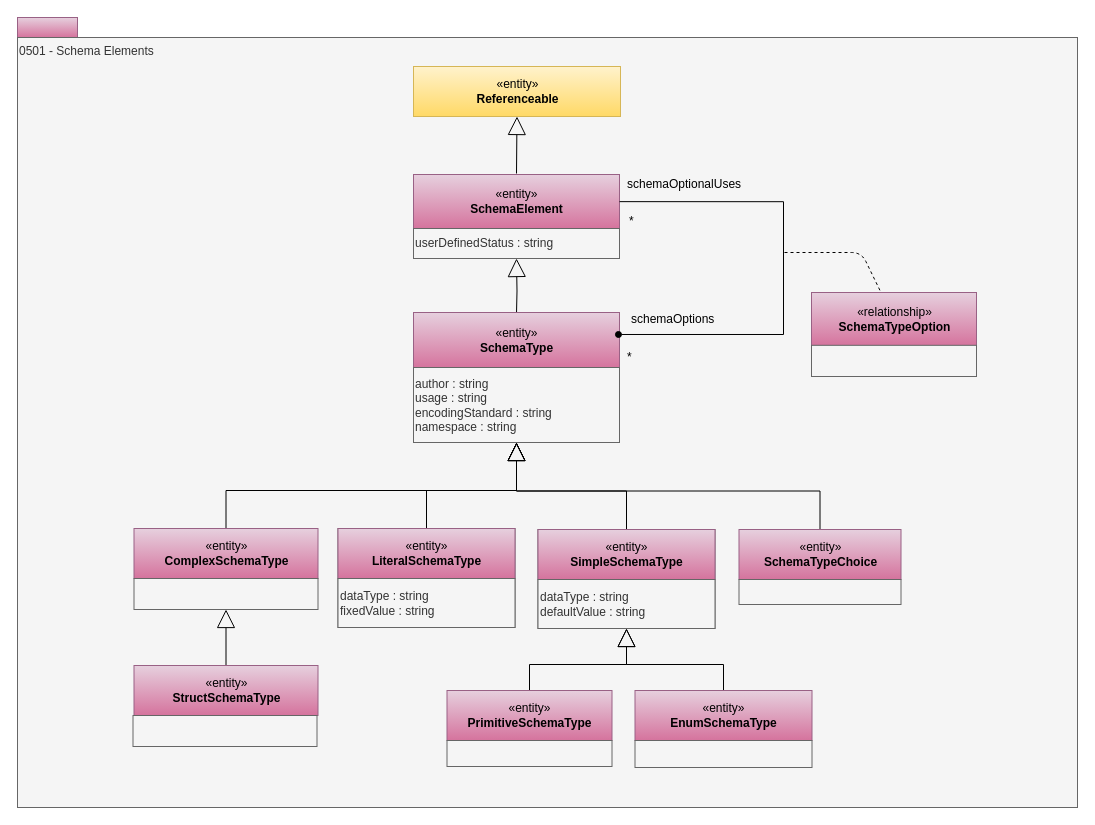
Above: page "0501-Schema-Elements" (2 of 32) of site/docs/types/5/area-5-models-and-schema.drawio in odpi/egeria-docs (draw.io), before the change. Source tidied: cells renumbered, new cells numbered last; positions are measured from the earlier drawing's top-left corner, leaving out a move shared by most shapes. Both pictures are drawn from the tidied source at 100%, with x=0, y=0 at pixel (17, 17).
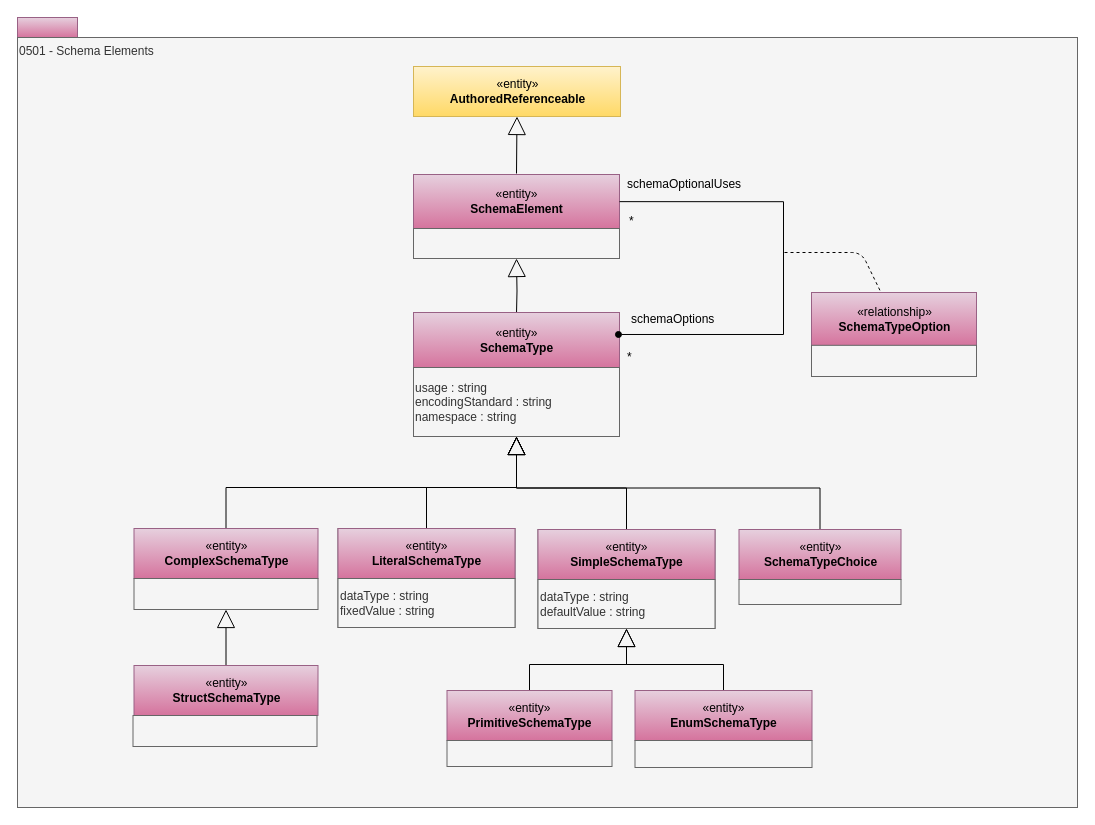
Above is the later version.

The edit, as a diff of the source:
```diff
@@
-    <mxCell id="4" value="«entity»&lt;br&gt;&lt;b&gt;Referenceable&lt;/b&gt;" style="html=1;strokeColor=#d6b656;align=center;fillColor=#fff2cc;gradientColor=#ffd966;" parent="1" vertex="1">
+    <mxCell id="4" value="«entity»&lt;br&gt;&lt;b&gt;AuthoredReferenceable&lt;/b&gt;" style="html=1;strokeColor=#d6b656;align=center;fillColor=#fff2cc;gradientColor=#ffd966;" parent="1" vertex="1">
       <mxGeometry x="396" y="49" width="207" height="50" as="geometry" />
     </mxCell>
@@
-    <mxCell id="25" value="author : string&lt;br&gt;usage : string&lt;br&gt;encodingStandard : string&lt;br&gt;namespace : string&lt;br&gt;&lt;div style=&quot;text-align: left&quot;&gt;&lt;/div&gt;" style="rounded=0;whiteSpace=wrap;html=1;strokeColor=#666666;align=left;fillColor=#f5f5f5;fontColor=#333333;" parent="1" vertex="1">
-      <mxGeometry x="396" y="350" width="206" height="75" as="geometry" />
+    <mxCell id="25" value="usage : string&lt;br&gt;encodingStandard : string&lt;br&gt;namespace : string&lt;br&gt;&lt;div style=&quot;text-align: left&quot;&gt;&lt;/div&gt;" style="rounded=0;whiteSpace=wrap;html=1;strokeColor=#666666;align=left;fillColor=#f5f5f5;fontColor=#333333;" parent="1" vertex="1">
+      <mxGeometry x="396" y="350" width="206" height="69" as="geometry" />
     </mxCell>
@@
-    <mxCell id="27" value="userDefinedStatus : string" style="rounded=0;whiteSpace=wrap;html=1;strokeColor=#666666;align=left;fillColor=#f5f5f5;fontColor=#333333;" parent="1" vertex="1">
+    <mxCell id="27" style="rounded=0;whiteSpace=wrap;html=1;strokeColor=#666666;align=left;fillColor=#f5f5f5;fontColor=#333333;" parent="1" vertex="1">
       <mxGeometry x="396" y="211" width="206" height="30" as="geometry" />
     </mxCell>
```
